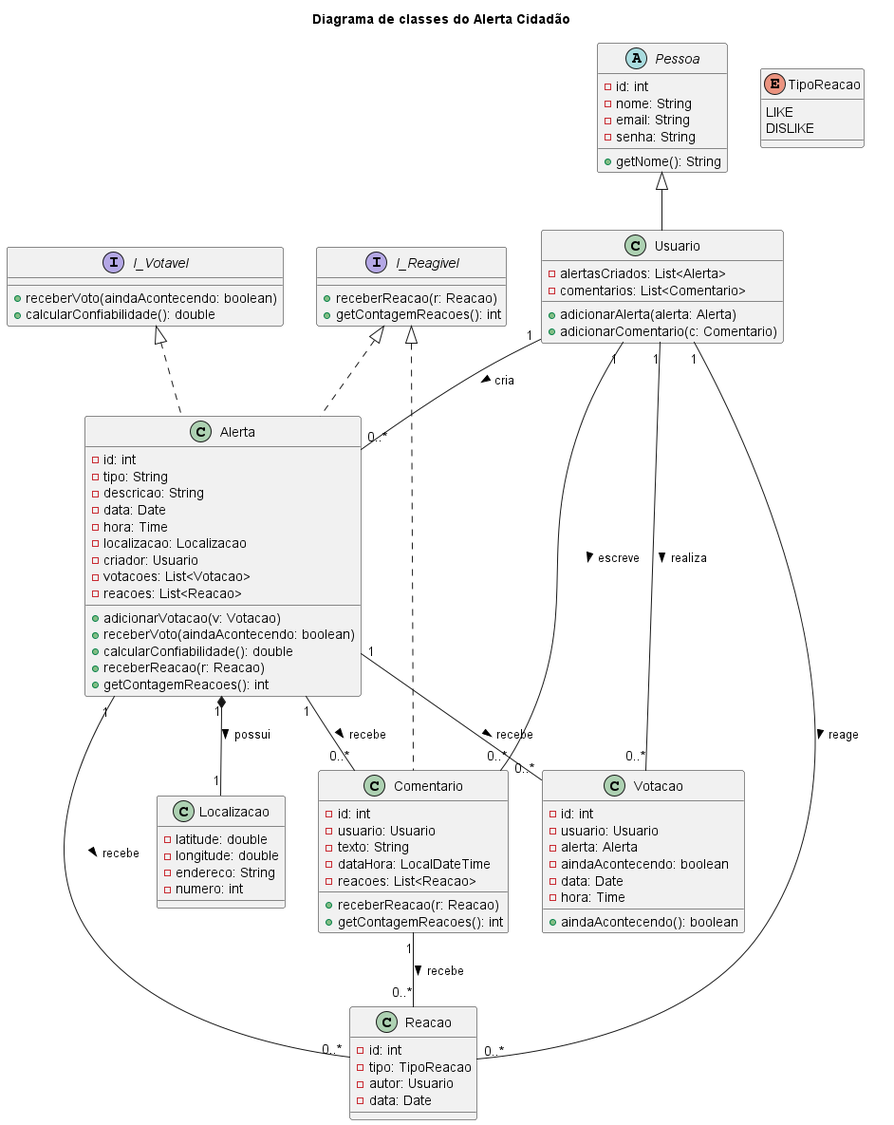
Earlier version of the PlantUML export DOCS/Diagrama de classes/Diagram de classes.png (HugoWatzl/Alerta-Cidadao). Its diagram source:
```plantuml
@startuml
title "Diagrama de classes do Alerta Cidadão"

interface I_Votavel {
    +receberVoto(aindaAcontecendo: boolean)
    +calcularConfiabilidade(): double
}

interface I_Reagivel {
    +receberReacao(r: Reacao)
    +getContagemReacoes(): int
}

enum TipoReacao {
    LIKE
    DISLIKE
}

abstract class Pessoa {
    -id: int
    -nome: String
    -email: String
    -senha: String
    +getNome(): String

}

class Usuario extends Pessoa {
    -alertasCriados: List<Alerta>
    -comentarios: List<Comentario>
    +adicionarAlerta(alerta: Alerta)
    +adicionarComentario(c: Comentario)
}

class Alerta implements I_Votavel, I_Reagivel {
    -id: int
    -tipo: String
    -descricao: String
    -data: Date
    -hora: Time
    -localizacao: Localizacao
    -criador: Usuario
    -votacoes: List<Votacao>
    -reacoes: List<Reacao>
    +adicionarVotacao(v: Votacao)
    +receberVoto(aindaAcontecendo: boolean)
    +calcularConfiabilidade(): double
    +receberReacao(r: Reacao)
    +getContagemReacoes(): int
}

class Comentario implements I_Reagivel {
    -id: int
    -usuario: Usuario
    -texto: String
    -dataHora: LocalDateTime
    -reacoes: List<Reacao>
    +receberReacao(r: Reacao)
    +getContagemReacoes(): int
}

class Reacao {
    -id: int
    -tipo: TipoReacao
    -autor: Usuario
    -data: Date
}

class Votacao {
    -id: int
    -usuario: Usuario
    -alerta: Alerta
    -aindaAcontecendo: boolean
    -data: Date
    -hora: Time
    +aindaAcontecendo(): boolean
}

class Localizacao {
    -latitude: double
    -longitude: double
    -endereco: String
    -numero: int
}

Usuario "1" -- "0..*" Alerta : cria >
Usuario "1" -- "0..*" Votacao : realiza >
Usuario "1" -- "0..*" Comentario : escreve >
Usuario "1" -- "0..*" Reacao : reage >
Alerta "1" -- "0..*" Votacao : recebe >
Alerta "1" *-- "1" Localizacao : possui >
Alerta "1" -- "0..*" Comentario : recebe >
Alerta "1" -- "0..*" Reacao : recebe >
Comentario "1" -- "0..*" Reacao : recebe >

@enduml
```
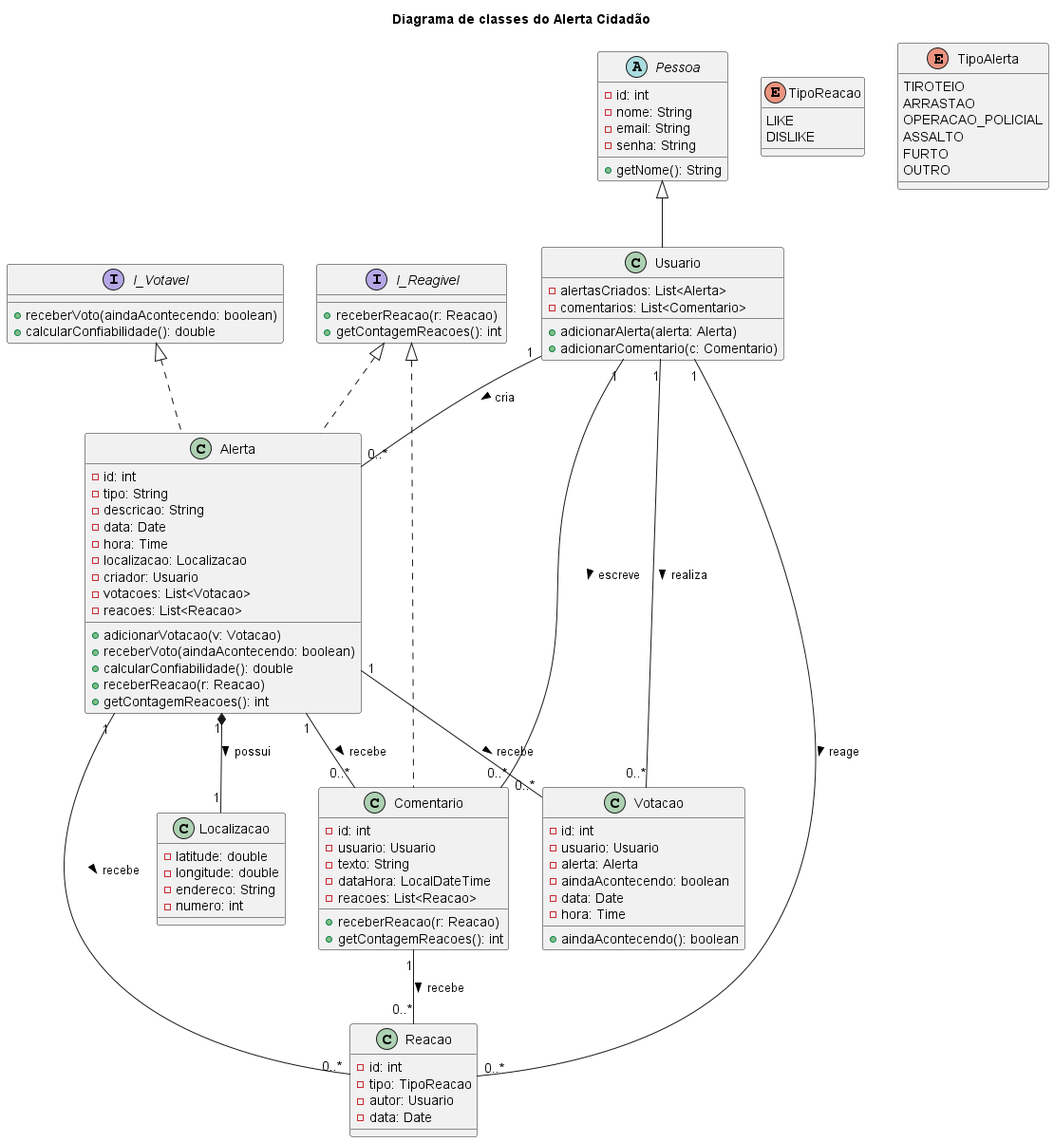
The same diagram one commit later.

What changed in the source:
```diff
@@ -11,9 +11,20 @@
     +getContagemReacoes(): int
 }
 
+
 enum TipoReacao {
     LIKE
     DISLIKE
+}
+
+
+enum TipoAlerta {
+    TIROTEIO
+    ARRASTAO
+    OPERACAO_POLICIAL
+    ASSALTO
+    FURTO
+    OUTRO
 }
 
 abstract class Pessoa {
@@ -59,6 +70,7 @@
     +getContagemReacoes(): int
 }
 
+
 class Reacao {
     -id: int
     -tipo: TipoReacao
@@ -83,6 +95,8 @@
     -numero: int
 }
 
+
+
 Usuario "1" -- "0..*" Alerta : cria >
 Usuario "1" -- "0..*" Votacao : realiza >
 Usuario "1" -- "0..*" Comentario : escreve >
```
